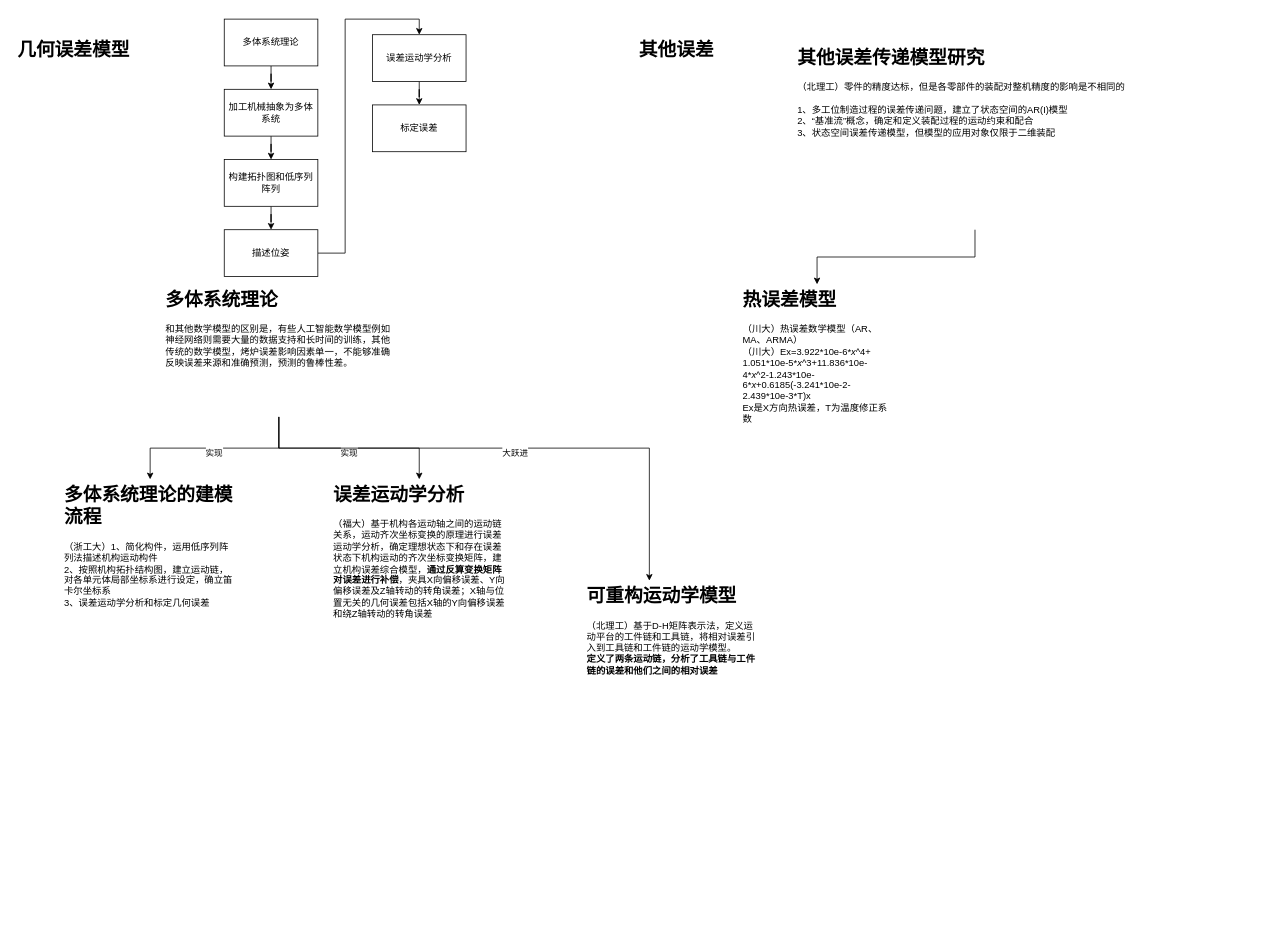
This is 运动位置误差模型.drawio from wjaswdd/draw.io, a draw.io file, before an edit. Source tidied: cells renumbered, new cells numbered last; positions are measured from the earlier drawing's top-left corner, leaving out a move shared by most shapes. Both pictures are drawn from the tidied source at 78%, with x=0, y=0 at pixel (13, 19).
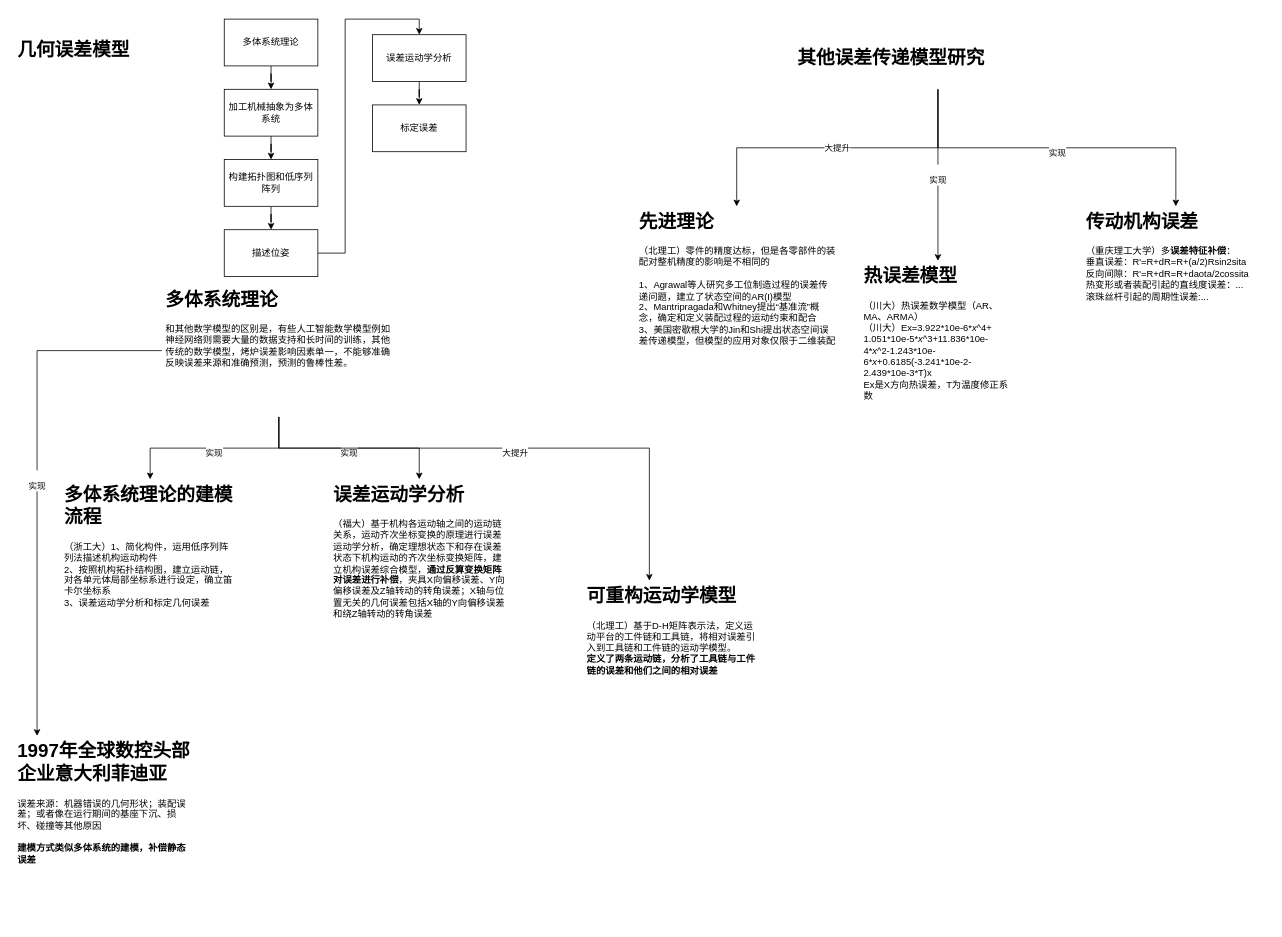
Above is the later version.

Commit message:
更新运动位置误差模型.drawio

The change refers to these unchanged cells:
```xml
<mxCell id="9" value="&lt;h1&gt;多体系统理论&lt;/h1&gt;&lt;div&gt;和其他数学模型的区别是，有些人工智能数学模型例如神经网络则需要大量的数据支持和长时间的训练，其他传统的数学模型，烤炉误差影响因素单一，不能够准确反映误差来源和准确预测，预测的鲁棒性差。&lt;/div&gt;&lt;div&gt;&lt;br&gt;&lt;/div&gt;&lt;div&gt;&lt;br&gt;&lt;/div&gt;" style="text;html=1;strokeColor=none;fillColor=none;spacing=5;spacingTop=-20;whiteSpace=wrap;overflow=hidden;rounded=0;" parent="1" vertex="1">
  <mxGeometry x="190" y="340" width="300" height="170" as="geometry" />
</mxCell>
<mxCell id="22" value="&lt;h1&gt;可重构运动学模型&lt;/h1&gt;&lt;div&gt;（北理工）基于D-H矩阵表示法，定义运动平台的工件链和工具链，将相对误差引入到工具链和工件链的运动学模型。&lt;br&gt;&lt;/div&gt;&lt;div&gt;&lt;b&gt;定义了两条运动链，分析了工具链与工件链的误差和他们之间的相对误差&lt;/b&gt;&lt;/div&gt;" style="text;html=1;strokeColor=none;fillColor=none;spacing=5;spacingTop=-20;whiteSpace=wrap;overflow=hidden;rounded=0;" parent="1" vertex="1">
  <mxGeometry x="730" y="720" width="230" height="170" as="geometry" />
</mxCell>
```

Diff of the diagram source:
```diff
@@
-    <mxCell id="8" value="&lt;br&gt;大跃进" style="edgeStyle=orthogonalEdgeStyle;rounded=0;jettySize=auto;html=1;" parent="1" edge="1" source="9" target="22">
+    <mxCell id="8" value="&lt;br&gt;大提升" style="edgeStyle=orthogonalEdgeStyle;rounded=0;jettySize=auto;html=1;" parent="1" edge="1" source="9" target="22">
       <mxGeometry relative="1" as="geometry">
         <Array as="points">
           <mxPoint x="340" y="550" />
           <mxPoint x="815" y="550" />
         </Array>
       </mxGeometry>
     </mxCell>
+    <mxCell id="25" value="&lt;br&gt;实现" style="edgeStyle=orthogonalEdgeStyle;rounded=0;jettySize=auto;html=1;" parent="1" edge="1" source="9" target="29">
+      <mxGeometry relative="1" as="geometry">
+        <Array as="points">
+          <mxPoint x="30" y="425" />
+        </Array>
+      </mxGeometry>
+    </mxCell>
@@
-    <mxCell id="10" style="edgeStyle=orthogonalEdgeStyle;rounded=0;jettySize=auto;html=1;" parent="1" edge="1" source="11" target="12">
+    <mxCell id="10" value="&lt;br&gt;实现" style="edgeStyle=orthogonalEdgeStyle;rounded=0;jettySize=auto;html=1;" parent="1" edge="1" source="11" target="12">
       <mxGeometry relative="1" as="geometry" />
     </mxCell>
+    <mxCell id="26" value="&lt;br&gt;实现" style="edgeStyle=orthogonalEdgeStyle;rounded=0;jettySize=auto;html=1;" parent="1" edge="1" source="11" target="28">
+      <mxGeometry relative="1" as="geometry" />
+    </mxCell>
+    <mxCell id="27" value="大提升" style="edgeStyle=orthogonalEdgeStyle;rounded=0;jettySize=auto;html=1;" parent="1" edge="1" source="11" target="30">
+      <mxGeometry relative="1" as="geometry" />
+    </mxCell>
-    <mxCell id="11" value="&lt;h1&gt;其他误差传递模型研究&lt;/h1&gt;&lt;div&gt;（北理工）零件的精度达标，但是各零部件的装配对整机精度的影响是不相同的&lt;/div&gt;&lt;div&gt;&lt;br&gt;&lt;/div&gt;&lt;div&gt;1、多工位制造过程的误差传递问题，建立了状态空间的AR(I)模型&lt;/div&gt;&lt;div&gt;2、“基准流”概念，确定和定义装配过程的运动约束和配合&lt;/div&gt;&lt;div&gt;3、状态空间误差传递模型，但模型的应用对象仅限于二维装配&lt;/div&gt;&lt;div&gt;&lt;br&gt;&lt;/div&gt;&lt;div&gt;&lt;br&gt;&lt;/div&gt;" style="text;html=1;strokeColor=none;fillColor=none;spacing=5;spacingTop=-20;whiteSpace=wrap;overflow=hidden;rounded=0;" parent="1" vertex="1">
-      <mxGeometry x="1000" y="30" width="465" height="240" as="geometry" />
+    <mxCell id="11" value="&lt;h1&gt;其他误差传递模型研究&lt;/h1&gt;&lt;div&gt;&lt;br&gt;&lt;/div&gt;" style="text;html=1;strokeColor=none;fillColor=none;spacing=5;spacingTop=-20;whiteSpace=wrap;overflow=hidden;rounded=0;" parent="1" vertex="1">
+      <mxGeometry x="1000" y="30" width="370" height="60" as="geometry" />
     </mxCell>
     <mxCell id="12" value="&lt;h1&gt;热误差模型&lt;/h1&gt;（川大）热误差数学模型（AR、MA、ARMA）&lt;div&gt;（川大）Ex=3.922*10e-6*&lt;i&gt;x&lt;/i&gt;^4+&lt;/div&gt;1.051*10e-5*&lt;i style=&quot;border-color: var(--border-color);&quot;&gt;x&lt;/i&gt;^3+11.836*10e-4*&lt;i style=&quot;border-color: var(--border-color);&quot;&gt;x&lt;/i&gt;^2-1.243*10e-6*&lt;i style=&quot;border-color: var(--border-color);&quot;&gt;x&lt;/i&gt;+0.6185(-3.241*10e-2-2.439*10e-3*T)x&lt;br&gt;Ex是X方向热误差，T为温度修正系数" style="text;html=1;strokeColor=none;fillColor=none;spacing=5;spacingTop=-20;whiteSpace=wrap;overflow=hidden;rounded=0;" parent="1" vertex="1">
-      <mxGeometry x="930" y="340" width="200" height="190" as="geometry" />
+      <mxGeometry x="1085" y="310" width="200" height="190" as="geometry" />
     </mxCell>
@@
-    <mxCell id="24" value="&lt;h1&gt;其他误差&lt;/h1&gt;" style="text;html=1;strokeColor=none;fillColor=none;spacing=5;spacingTop=-20;whiteSpace=wrap;overflow=hidden;rounded=0;" parent="1" vertex="1">
-      <mxGeometry x="797" y="20" width="190" height="120" as="geometry" />
-    </mxCell>
+    <mxCell id="28" value="&lt;h1&gt;传动机构误差&lt;/h1&gt;（重庆理工大学）多&lt;b&gt;误差特征补偿&lt;/b&gt;：&lt;br&gt;垂直误差：R'=R+dR=R+(a/2)Rsin2sita&lt;br&gt;反向间隙：R'=R+dR=R+daota/2cossita&lt;br&gt;热变形或者装配引起的直线度误差：...&lt;br&gt;滚珠丝杆引起的周期性误差:..." style="text;html=1;strokeColor=none;fillColor=none;spacing=5;spacingTop=-20;whiteSpace=wrap;overflow=hidden;rounded=0;" parent="1" vertex="1">
+      <mxGeometry x="1370" y="240" width="240" height="190" as="geometry" />
+    </mxCell>
+    <mxCell id="29" value="&lt;h1&gt;1997年全球数控头部企业意大利菲迪亚&lt;/h1&gt;&lt;div&gt;误差来源：机器错误的几何形状；装配误差；或者像在运行期间的基座下沉、损坏、碰撞等其他原因&lt;/div&gt;&lt;div&gt;&lt;br&gt;&lt;/div&gt;&lt;div&gt;&lt;b&gt;建模方式类似多体系统的建模，补偿静态误差&lt;/b&gt;&lt;/div&gt;" style="text;html=1;strokeColor=none;fillColor=none;spacing=5;spacingTop=-20;whiteSpace=wrap;overflow=hidden;rounded=0;" parent="1" vertex="1">
+      <mxGeometry y="919" width="230" height="240" as="geometry" />
+    </mxCell>
+    <mxCell id="30" value="&lt;h1&gt;先进理论&lt;/h1&gt;&lt;div style=&quot;border-color: var(--border-color);&quot;&gt;（北理工）零件的精度达标，但是各零部件的装配对整机精度的影响是不相同的&lt;/div&gt;&lt;div style=&quot;border-color: var(--border-color);&quot;&gt;&lt;br style=&quot;border-color: var(--border-color);&quot;&gt;&lt;/div&gt;&lt;div style=&quot;border-color: var(--border-color);&quot;&gt;1、Agrawal等人研究多工位制造过程的误差传递问题，建立了状态空间的AR(I)模型&lt;/div&gt;&lt;div style=&quot;border-color: var(--border-color);&quot;&gt;2、Mantripragada和Whitney提出“基准流”概念，确定和定义装配过程的运动约束和配合&lt;/div&gt;&lt;div style=&quot;border-color: var(--border-color);&quot;&gt;3、美国密歇根大学的Jin和Shi提出状态空间误差传递模型，但模型的应用对象仅限于二维装配&lt;/div&gt;&lt;div style=&quot;border-color: var(--border-color);&quot;&gt;&lt;br style=&quot;border-color: var(--border-color);&quot;&gt;&lt;/div&gt;&lt;div style=&quot;border-color: var(--border-color);&quot;&gt;&lt;br style=&quot;border-color: var(--border-color);&quot;&gt;&lt;/div&gt;" style="text;html=1;strokeColor=none;fillColor=none;spacing=5;spacingTop=-20;whiteSpace=wrap;overflow=hidden;rounded=0;" parent="1" vertex="1">
+      <mxGeometry x="797" y="240" width="260" height="190" as="geometry" />
+    </mxCell>
```
